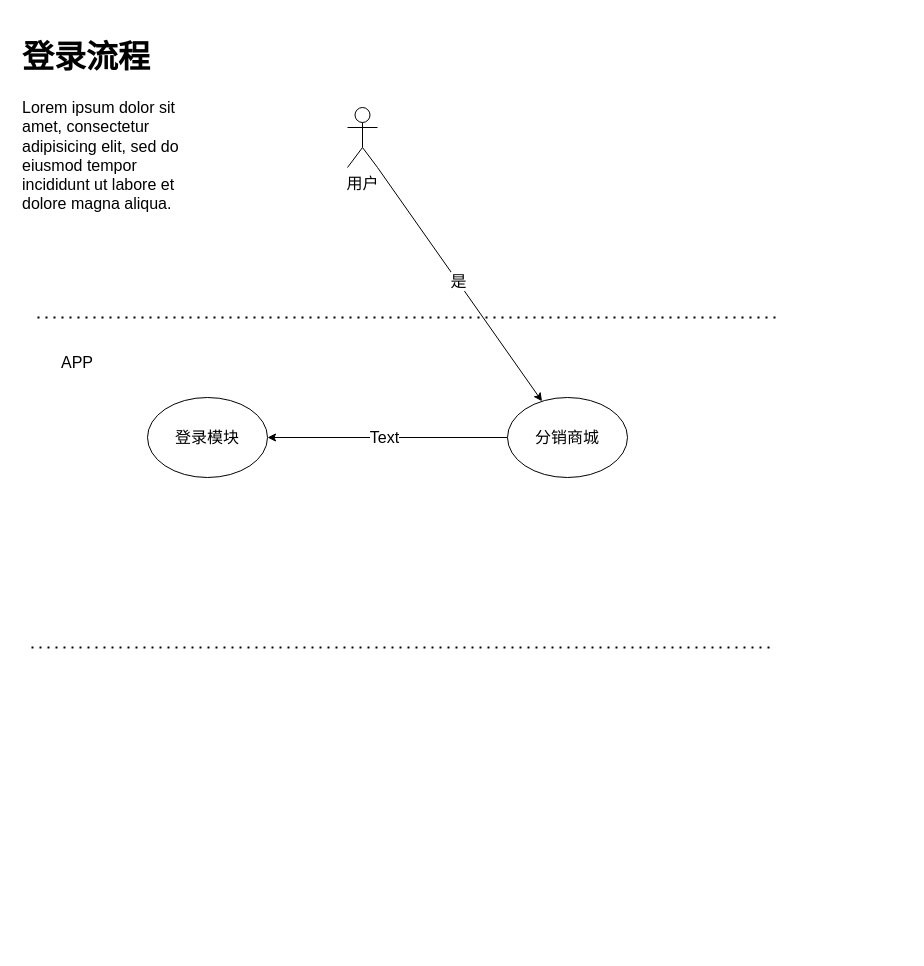
The draw.io diagram 北京三棱科技-项目对接流程.drawio in lycwukang/diagrams, before the edit. Source tidied: cells renumbered, new cells numbered last; positions are measured from the earlier drawing's top-left corner, leaving out a move shared by most shapes. Both pictures are drawn from the tidied source at 100%, with x=0, y=0 at pixel (17, 27).
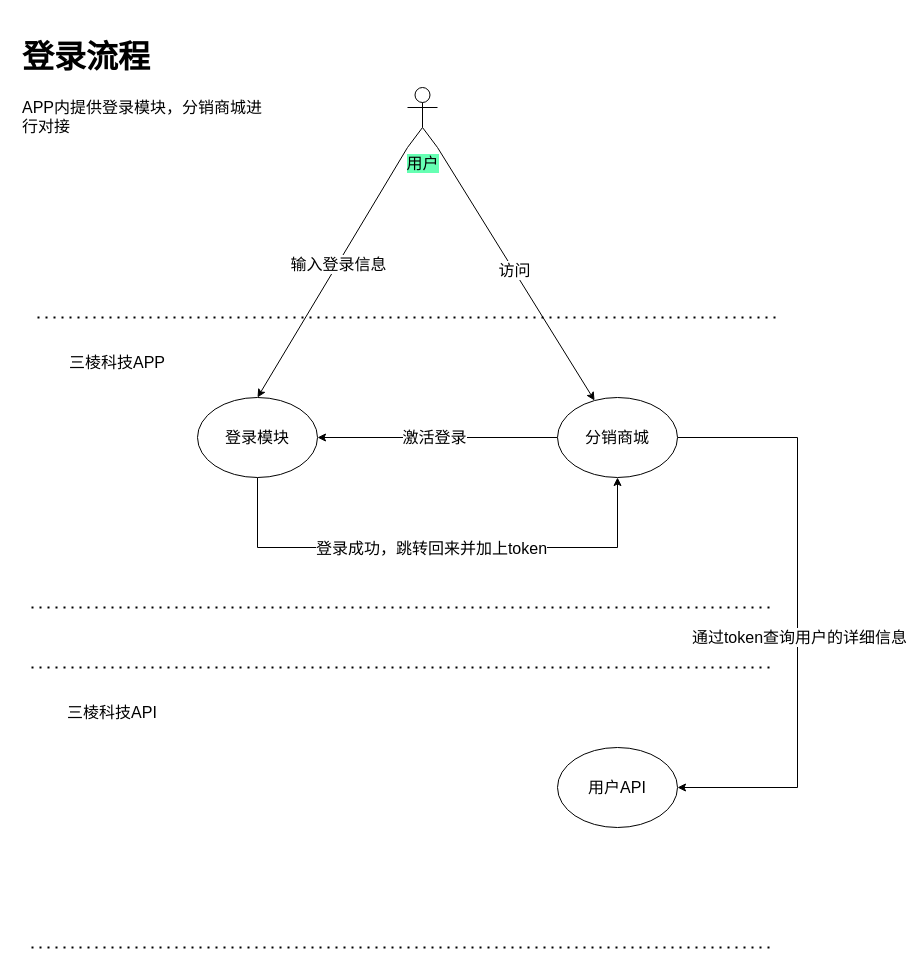
Above is the later version.

Commit message (it also covers changes not shown here):
更新北京三棱科技-项目对接流程.drawio

Unchanged cells that the change refers to:
```xml
<mxCell id="5" style="rounded=0;jettySize=auto;html=1;exitX=1;exitY=1;exitDx=0;exitDy=0;exitPerimeter=0;fontSize=16;" parent="1" edge="1" source="7" target="10">
  <mxGeometry relative="1" as="geometry" />
</mxCell>
<mxCell id="8" style="edgeStyle=none;rounded=0;jettySize=auto;html=1;exitX=0;exitY=0.5;exitDx=0;exitDy=0;fontSize=16;" parent="1" edge="1" source="10" target="4">
  <mxGeometry relative="1" as="geometry" />
</mxCell>
```

The edit, as a diff of the source:
```diff
@@
-    <mxCell id="3" value="APP" style="text;html=1;strokeColor=none;fillColor=none;align=center;verticalAlign=middle;whiteSpace=wrap;rounded=0;fontSize=16;" parent="1" vertex="1">
-      <mxGeometry x="30" y="320" width="60" height="30" as="geometry" />
+    <mxCell id="3" value="三棱科技APP" style="text;html=1;strokeColor=none;fillColor=none;align=center;verticalAlign=middle;whiteSpace=wrap;rounded=0;fontSize=16;" parent="1" vertex="1">
+      <mxGeometry x="30" y="320" width="140" height="30" as="geometry" />
     </mxCell>
+    <mxCell id="13" style="edgeStyle=orthogonalEdgeStyle;rounded=0;jettySize=auto;html=1;exitX=0.5;exitY=1;exitDx=0;exitDy=0;entryX=0.5;entryY=1;entryDx=0;entryDy=0;fontSize=16;" parent="1" edge="1" source="4" target="10">
+      <mxGeometry relative="1" as="geometry">
+        <Array as="points">
+          <mxPoint x="240" y="520" />
+          <mxPoint x="600" y="520" />
+        </Array>
+      </mxGeometry>
+    </mxCell>
+    <mxCell id="14" value="登录成功，跳转回来并加上token" style="edgeLabel;html=1;align=center;verticalAlign=middle;fontSize=16;" parent="13" vertex="1">
+      <mxGeometry x="-0.03" relative="1" as="geometry" />
+    </mxCell>
     <mxCell id="4" value="登录模块" style="ellipse;whiteSpace=wrap;html=1;fontSize=16;" parent="1" vertex="1">
-      <mxGeometry x="130" y="370" width="120" height="80" as="geometry" />
+      <mxGeometry x="180" y="370" width="120" height="80" as="geometry" />
     </mxCell>
@@
-    <mxCell id="6" value="是" style="edgeLabel;html=1;align=center;verticalAlign=middle;fontSize=16;" parent="5" vertex="1">
+    <mxCell id="6" value="访问" style="edgeLabel;html=1;align=center;verticalAlign=middle;fontSize=16;" parent="5" vertex="1">
       <mxGeometry x="-0.03" relative="1" as="geometry">
         <mxPoint x="1" as="offset" />
       </mxGeometry>
     </mxCell>
+    <mxCell id="15" style="edgeStyle=none;rounded=0;jettySize=auto;html=1;exitX=0;exitY=1;exitDx=0;exitDy=0;exitPerimeter=0;entryX=0.5;entryY=0;entryDx=0;entryDy=0;fontSize=16;" parent="1" edge="1" source="7" target="4">
+      <mxGeometry relative="1" as="geometry" />
+    </mxCell>
+    <mxCell id="16" value="输入登录信息" style="edgeLabel;html=1;align=center;verticalAlign=middle;fontSize=16;" parent="15" vertex="1">
+      <mxGeometry x="-0.07" relative="1" as="geometry" />
+    </mxCell>
-    <mxCell id="7" value="用户" style="shape=umlActor;verticalLabelPosition=bottom;verticalAlign=top;html=1;outlineConnect=0;fontSize=16;" parent="1" vertex="1">
-      <mxGeometry x="330" y="80" width="30" height="60" as="geometry" />
+    <mxCell id="7" value="用户" style="shape=umlActor;verticalLabelPosition=bottom;verticalAlign=top;html=1;outlineConnect=0;fontSize=16;labelBackgroundColor=#66FFB3;" parent="1" vertex="1">
+      <mxGeometry x="390" y="60" width="30" height="60" as="geometry" />
     </mxCell>
@@
-    <mxCell id="9" value="Text" style="edgeLabel;html=1;align=center;verticalAlign=middle;fontSize=16;" parent="8" vertex="1">
+    <mxCell id="9" value="激活登录" style="edgeLabel;html=1;align=center;verticalAlign=middle;fontSize=16;" parent="8" vertex="1">
       <mxGeometry x="0.03" y="-1" relative="1" as="geometry" />
     </mxCell>
+    <mxCell id="17" style="edgeStyle=orthogonalEdgeStyle;rounded=0;jettySize=auto;html=1;exitX=1;exitY=0.5;exitDx=0;exitDy=0;entryX=1;entryY=0.5;entryDx=0;entryDy=0;fontSize=16;" parent="1" edge="1" source="10" target="22">
+      <mxGeometry relative="1" as="geometry">
+        <Array as="points">
+          <mxPoint x="780" y="410" />
+          <mxPoint x="780" y="760" />
+        </Array>
+      </mxGeometry>
+    </mxCell>
+    <mxCell id="18" value="通过token查询用户的详细信息" style="edgeLabel;html=1;align=center;verticalAlign=middle;fontSize=16;" parent="17" vertex="1">
+      <mxGeometry x="0.08" y="1" relative="1" as="geometry" />
+    </mxCell>
     <mxCell id="10" value="分销商城" style="ellipse;whiteSpace=wrap;html=1;fontSize=16;" parent="1" vertex="1">
-      <mxGeometry x="490" y="370" width="120" height="80" as="geometry" />
+      <mxGeometry x="540" y="370" width="120" height="80" as="geometry" />
     </mxCell>
     <mxCell id="11" style="endArrow=none;dashed=1;html=1;dashPattern=1 3;strokeWidth=2;" parent="1" edge="1">
       <mxGeometry relative="1" as="geometry">
-        <mxPoint x="14" y="620" as="sourcePoint" />
-        <mxPoint x="754" y="620" as="targetPoint" />
+        <mxPoint x="14" y="580" as="sourcePoint" />
+        <mxPoint x="754" y="580" as="targetPoint" />
       </mxGeometry>
     </mxCell>
-    <mxCell id="12" value="&lt;h1&gt;登录流程&lt;/h1&gt;&lt;p&gt;Lorem ipsum dolor sit amet, consectetur adipisicing elit, sed do eiusmod tempor incididunt ut labore et dolore magna aliqua.&lt;/p&gt;" style="text;html=1;strokeColor=none;fillColor=none;spacing=5;spacingTop=-20;whiteSpace=wrap;overflow=hidden;rounded=0;fontSize=16;" parent="1" vertex="1">
-      <mxGeometry width="190" height="190" as="geometry" />
+    <mxCell id="12" value="&lt;h1&gt;登录流程&lt;/h1&gt;&lt;p&gt;APP内提供登录模块，分销商城进行对接&lt;/p&gt;" style="text;html=1;strokeColor=none;fillColor=none;spacing=5;spacingTop=-20;whiteSpace=wrap;overflow=hidden;rounded=0;fontSize=16;" parent="1" vertex="1">
+      <mxGeometry width="260" height="150" as="geometry" />
     </mxCell>
+    <mxCell id="19" style="endArrow=none;dashed=1;html=1;dashPattern=1 3;strokeWidth=2;" parent="1" edge="1">
+      <mxGeometry relative="1" as="geometry">
+        <mxPoint x="14" y="640" as="sourcePoint" />
+        <mxPoint x="754" y="640" as="targetPoint" />
+      </mxGeometry>
+    </mxCell>
+    <mxCell id="20" style="endArrow=none;dashed=1;html=1;dashPattern=1 3;strokeWidth=2;" parent="1" edge="1">
+      <mxGeometry relative="1" as="geometry">
+        <mxPoint x="14" y="920" as="sourcePoint" />
+        <mxPoint x="754" y="920" as="targetPoint" />
+      </mxGeometry>
+    </mxCell>
+    <mxCell id="21" value="三棱科技API" style="text;html=1;strokeColor=none;fillColor=none;align=center;verticalAlign=middle;whiteSpace=wrap;rounded=0;fontSize=16;" parent="1" vertex="1">
+      <mxGeometry x="30" y="670" width="130" height="30" as="geometry" />
+    </mxCell>
+    <mxCell id="22" value="用户API" style="ellipse;whiteSpace=wrap;html=1;fontSize=16;" parent="1" vertex="1">
+      <mxGeometry x="540" y="720" width="120" height="80" as="geometry" />
+    </mxCell>
```
